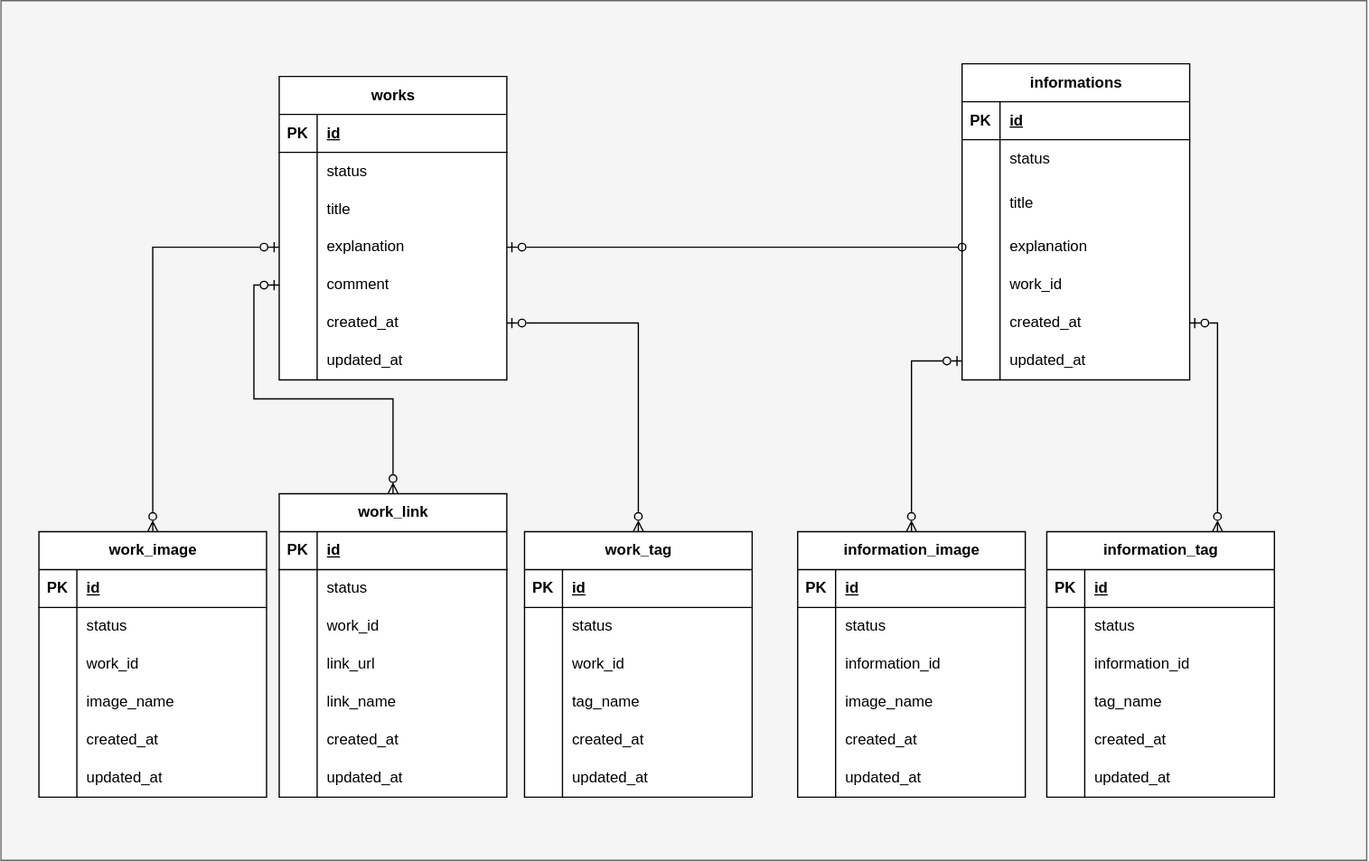
Above: SpecificationDocuments/draw/img/portfolio-ER.svg in nekkiChan/Portfolio (draw.io), before the change. Source tidied: cells renumbered, new cells last; positions are measured from the earlier drawing's top-left corner, leaving out a move shared by most shapes.
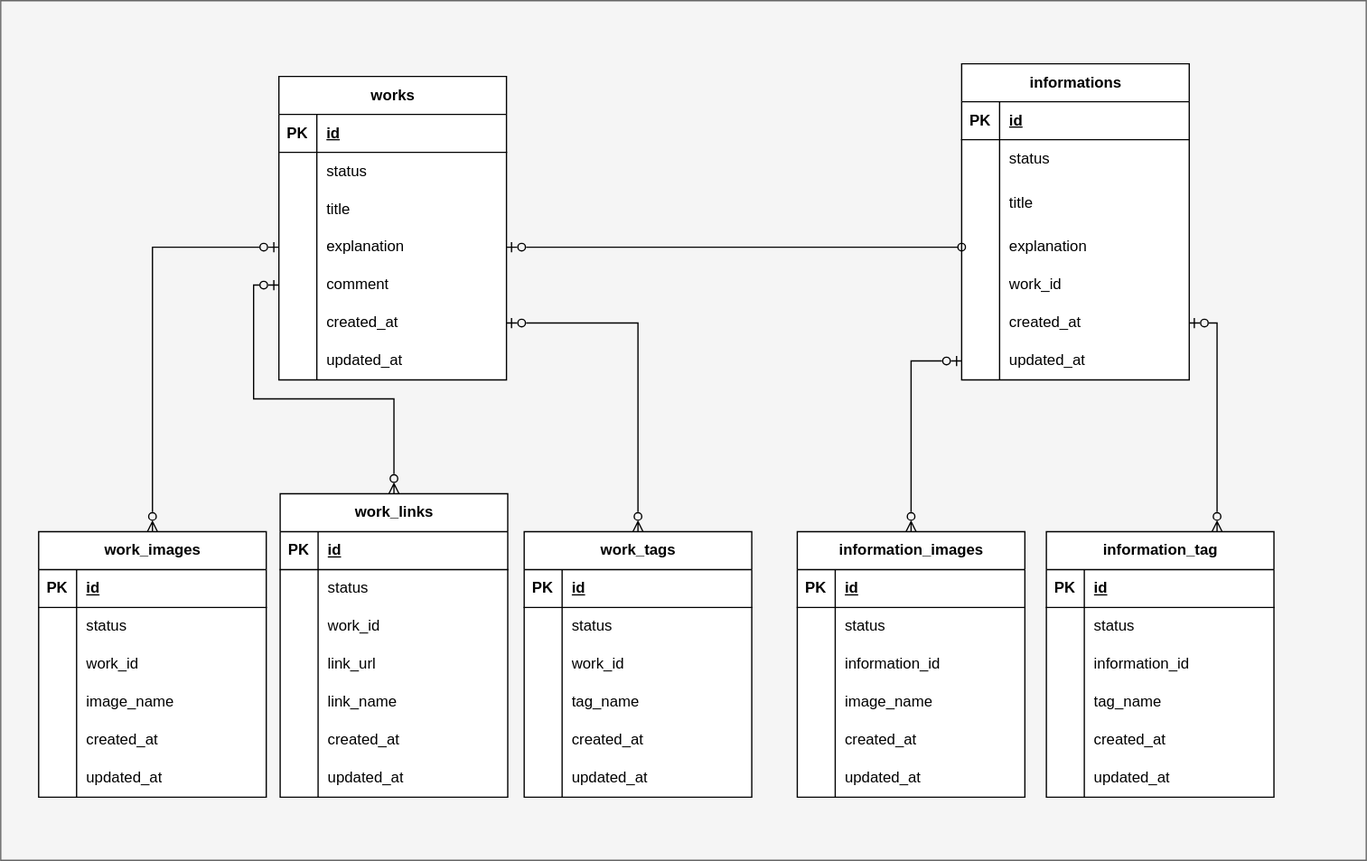
After the change.

Change to the diagram source:
```diff
@@ -74,7 +74,7 @@
     <mxCell id="25" style="edgeStyle=orthogonalEdgeStyle;rounded=0;jettySize=auto;html=1;exitX=0.5;exitY=0;exitDx=0;exitDy=0;entryX=0;entryY=0.5;entryDx=0;entryDy=0;endArrow=ERzeroToOne;endFill=0;startArrow=ERzeroToMany;startFill=0;" parent="1" edge="1" source="26" target="13">
       <mxGeometry relative="1" as="geometry" />
     </mxCell>
-    <mxCell id="26" value="work_image" style="shape=table;startSize=30;rowLines=0;fontStyle=1;align=center;html=1;swimlaneFillColor=default;" parent="1" vertex="1">
+    <mxCell id="26" value="work_images" style="shape=table;startSize=30;rowLines=0;fontStyle=1;align=center;html=1;swimlaneFillColor=default;" parent="1" vertex="1">
       <mxGeometry x="30" y="420" width="180" height="210" as="geometry" />
     </mxCell>
     <mxCell id="27" style="shape=tableRow;horizontal=0;startSize=0;swimlaneHead=0;swimlaneBody=0;fillColor=none;top=0;left=0;right=0;bottom=1;" parent="26" vertex="1">
@@ -134,8 +134,8 @@
     <mxCell id="45" style="edgeStyle=orthogonalEdgeStyle;rounded=0;jettySize=auto;html=1;exitX=0.5;exitY=0;exitDx=0;exitDy=0;entryX=0;entryY=0.5;entryDx=0;entryDy=0;endArrow=ERzeroToOne;endFill=0;startArrow=ERzeroToMany;startFill=0;" parent="1" edge="1" source="46" target="16">
       <mxGeometry relative="1" as="geometry" />
     </mxCell>
-    <mxCell id="46" value="work_link" style="shape=table;startSize=30;rowLines=0;fontStyle=1;align=center;html=1;swimlaneFillColor=default;" parent="1" vertex="1">
-      <mxGeometry x="220" y="390" width="180" height="240" as="geometry" />
+    <mxCell id="46" value="work_links" style="shape=table;startSize=30;rowLines=0;fontStyle=1;align=center;html=1;swimlaneFillColor=default;" parent="1" vertex="1">
+      <mxGeometry x="221" y="390" width="180" height="240" as="geometry" />
     </mxCell>
     <mxCell id="47" style="shape=tableRow;horizontal=0;startSize=0;swimlaneHead=0;swimlaneBody=0;fillColor=none;top=0;left=0;right=0;bottom=1;" parent="46" vertex="1">
       <mxGeometry y="30" width="180" height="30" as="geometry" />
@@ -203,7 +203,7 @@
     <mxCell id="68" style="edgeStyle=orthogonalEdgeStyle;rounded=0;jettySize=auto;html=1;exitX=0.5;exitY=0;exitDx=0;exitDy=0;entryX=1;entryY=0.5;entryDx=0;entryDy=0;startArrow=ERzeroToMany;startFill=0;endArrow=ERzeroToOne;endFill=0;" parent="1" edge="1" source="69" target="19">
       <mxGeometry relative="1" as="geometry" />
     </mxCell>
-    <mxCell id="69" value="work_tag" style="shape=table;startSize=30;rowLines=0;fontStyle=1;align=center;html=1;swimlaneFillColor=default;" parent="1" vertex="1">
+    <mxCell id="69" value="work_tags" style="shape=table;startSize=30;rowLines=0;fontStyle=1;align=center;html=1;swimlaneFillColor=default;" parent="1" vertex="1">
       <mxGeometry x="414" y="420" width="180" height="210" as="geometry" />
     </mxCell>
     <mxCell id="70" style="shape=tableRow;horizontal=0;startSize=0;swimlaneHead=0;swimlaneBody=0;fillColor=none;top=0;left=0;right=0;bottom=1;" parent="69" vertex="1">
@@ -329,7 +329,7 @@
     <mxCell id="110" style="edgeStyle=orthogonalEdgeStyle;rounded=0;jettySize=auto;html=1;exitX=0.5;exitY=0;exitDx=0;exitDy=0;entryX=0;entryY=0.5;entryDx=0;entryDy=0;endArrow=ERzeroToOne;endFill=0;startArrow=ERzeroToMany;startFill=0;" parent="1" edge="1" source="111" target="107">
       <mxGeometry relative="1" as="geometry" />
     </mxCell>
-    <mxCell id="111" value="information_image" style="shape=table;startSize=30;rowLines=0;fontStyle=1;align=center;html=1;swimlaneFillColor=default;" parent="1" vertex="1">
+    <mxCell id="111" value="information_images" style="shape=table;startSize=30;rowLines=0;fontStyle=1;align=center;html=1;swimlaneFillColor=default;" parent="1" vertex="1">
       <mxGeometry x="630" y="420" width="180" height="210" as="geometry" />
     </mxCell>
     <mxCell id="112" style="shape=tableRow;horizontal=0;startSize=0;swimlaneHead=0;swimlaneBody=0;fillColor=none;top=0;left=0;right=0;bottom=1;" parent="111" vertex="1">
```
